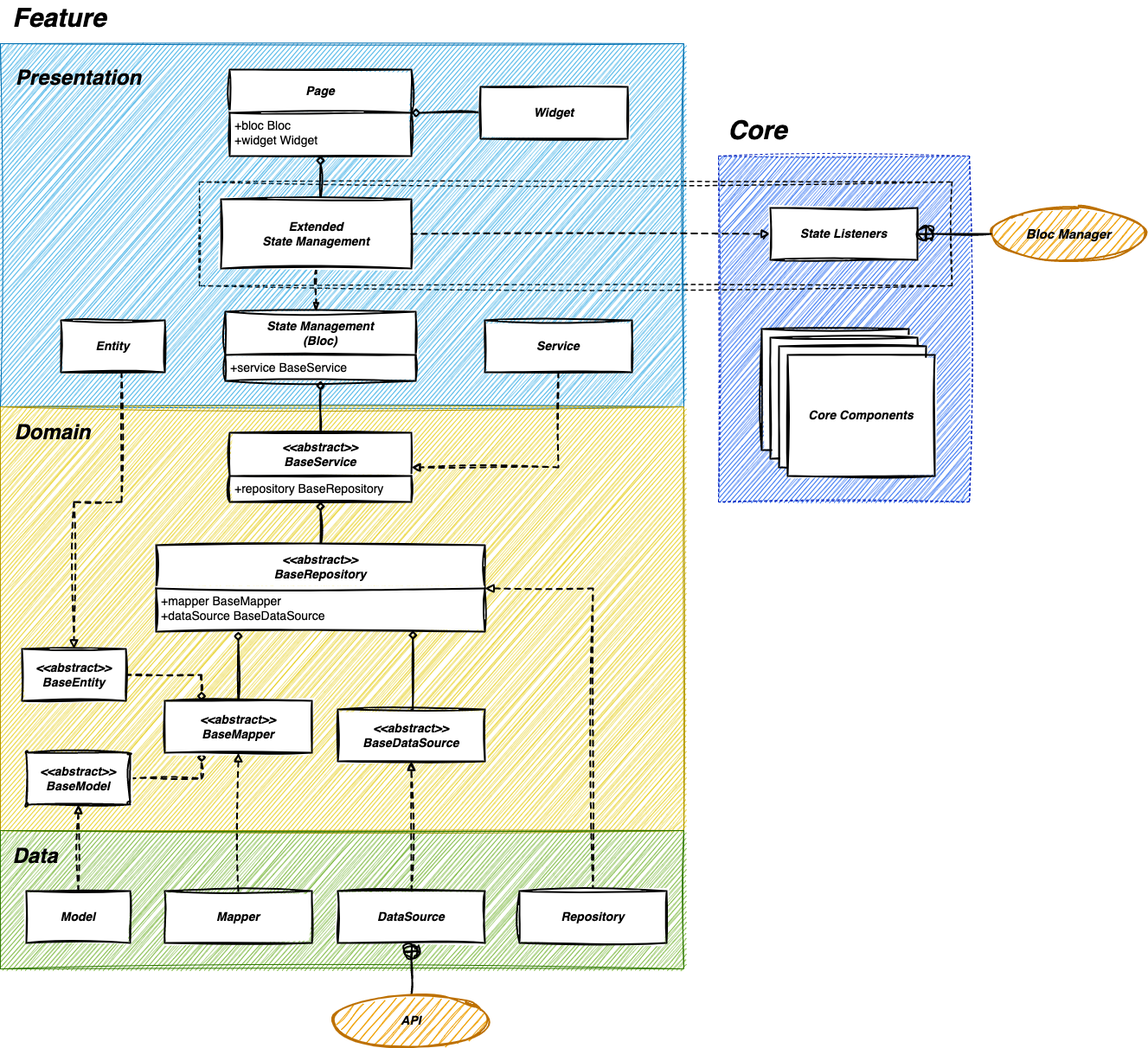
hamed-rezaee/flutter_component_architecture_poc keeps this draw.io diagram as architecture.drawio.png. Above is the earlier version. Source tidied: cells renumbered, new cells last; positions are measured from the earlier drawing's top-left corner, leaving out a move shared by most shapes.
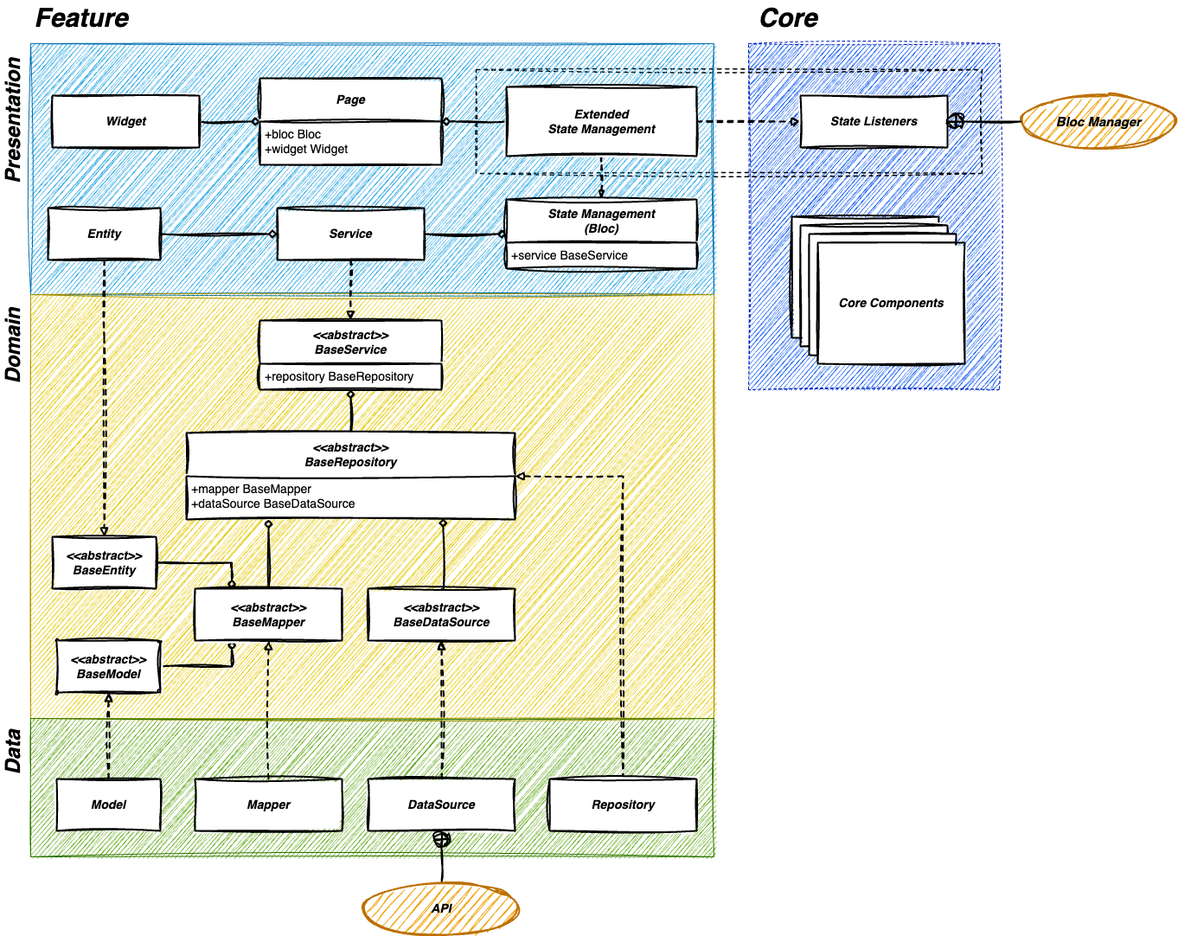
The same diagram one commit later.

What changed in the source:
```diff
@@ -6,10 +6,10 @@
       <mxGeometry x="830" y="180" width="290" height="400" as="geometry" />
     </mxCell>
     <mxCell id="3" style="rounded=0;whiteSpace=wrap;html=1;dashed=1;shadow=0;glass=0;fillColor=none;sketch=1;curveFitting=1;jiggle=2;strokeWidth=1.5;perimeterSpacing=1;strokeColor=#000000;" parent="1" vertex="1">
-      <mxGeometry x="230" y="210" width="870" height="120" as="geometry" />
+      <mxGeometry x="515" y="210" width="585" height="120" as="geometry" />
     </mxCell>
     <mxCell id="4" style="rounded=0;whiteSpace=wrap;html=1;fillColor=#1ba1e2;strokeColor=#006EAF;sketch=1;curveFitting=1;jiggle=2;fontColor=#ffffff;" parent="1" vertex="1">
-      <mxGeometry y="50" width="790" height="420" as="geometry" />
+      <mxGeometry y="180" width="790" height="290" as="geometry" />
     </mxCell>
     <mxCell id="5" style="rounded=0;whiteSpace=wrap;html=1;fillColor=#e3c800;strokeColor=#B09500;sketch=1;curveFitting=1;jiggle=2;fontColor=#000000;" parent="1" vertex="1">
       <mxGeometry y="470" width="790" height="490" as="geometry" />
@@ -17,13 +17,13 @@
     <mxCell id="6" style="rounded=0;whiteSpace=wrap;html=1;fillColor=#60a917;strokeColor=#2D7600;sketch=1;curveFitting=1;jiggle=2;fontColor=#ffffff;" parent="1" vertex="1">
       <mxGeometry y="960" width="790" height="160" as="geometry" />
     </mxCell>
-    <mxCell id="7" style="edgeStyle=orthogonalEdgeStyle;jettySize=auto;html=1;exitX=1;exitY=0.5;exitDx=0;exitDy=0;entryX=0.25;entryY=1;entryDx=0;entryDy=0;endArrow=diamond;endFill=0;sketch=1;curveFitting=1;jiggle=2;dashed=1;strokeWidth=2;rounded=0;" parent="1" edge="1" source="8" target="12">
+    <mxCell id="7" style="edgeStyle=orthogonalEdgeStyle;jettySize=auto;html=1;exitX=1;exitY=0.5;exitDx=0;exitDy=0;entryX=0.25;entryY=1;entryDx=0;entryDy=0;endArrow=diamond;endFill=0;sketch=1;curveFitting=1;jiggle=2;strokeWidth=2;rounded=0;" parent="1" edge="1" source="8" target="12">
       <mxGeometry relative="1" as="geometry" />
     </mxCell>
     <mxCell id="8" value="&lt;b style=&quot;border-color: var(--border-color);&quot;&gt;&lt;i style=&quot;border-color: var(--border-color);&quot;&gt;&amp;lt;&amp;lt;abstract&amp;gt;&amp;gt;&lt;br&gt;&lt;/i&gt;&lt;/b&gt;&lt;b&gt;&lt;i&gt;&lt;font style=&quot;font-size: 14px;&quot;&gt;BaseModel&lt;/font&gt;&lt;/i&gt;&lt;/b&gt;" style="rounded=1;whiteSpace=wrap;html=1;sketch=1;curveFitting=1;jiggle=2;fontSize=14;fontStyle=0;startSize=50;strokeWidth=2;shadow=0;dashed=0;arcSize=4;" parent="1" vertex="1">
       <mxGeometry x="30" y="870" width="120" height="60" as="geometry" />
     </mxCell>
-    <mxCell id="9" style="edgeStyle=orthogonalEdgeStyle;rounded=0;jettySize=auto;html=1;exitX=1;exitY=0.5;exitDx=0;exitDy=0;entryX=0.25;entryY=0;entryDx=0;entryDy=0;endArrow=diamond;endFill=0;sketch=1;curveFitting=1;jiggle=2;dashed=1;strokeWidth=2;" parent="1" edge="1" source="10" target="12">
+    <mxCell id="9" style="edgeStyle=orthogonalEdgeStyle;rounded=0;jettySize=auto;html=1;exitX=1;exitY=0.5;exitDx=0;exitDy=0;entryX=0.25;entryY=0;entryDx=0;entryDy=0;endArrow=diamond;endFill=0;sketch=1;curveFitting=1;jiggle=2;strokeWidth=2;" parent="1" edge="1" source="10" target="12">
       <mxGeometry relative="1" as="geometry" />
     </mxCell>
     <mxCell id="10" value="&lt;b style=&quot;border-color: var(--border-color);&quot;&gt;&lt;i style=&quot;border-color: var(--border-color);&quot;&gt;&amp;lt;&amp;lt;abstract&amp;gt;&amp;gt;&lt;br&gt;&lt;/i&gt;&lt;/b&gt;&lt;b&gt;&lt;i&gt;&lt;font style=&quot;font-size: 14px;&quot;&gt;BaseEntity&lt;/font&gt;&lt;/i&gt;&lt;/b&gt;" style="rounded=0;whiteSpace=wrap;html=1;sketch=1;curveFitting=1;jiggle=2;fontSize=14;fontStyle=0;startSize=50;strokeWidth=2;shadow=0;dashed=0;arcSize=4;" parent="1" vertex="1">
@@ -54,7 +54,7 @@
       </mxGeometry>
     </mxCell>
     <mxCell id="16" value="&lt;b&gt;&lt;i&gt;&lt;font style=&quot;font-size: 14px;&quot;&gt;&amp;lt;&amp;lt;abstract&amp;gt;&amp;gt;&lt;br&gt;BaseDataSource&lt;br&gt;&lt;/font&gt;&lt;/i&gt;&lt;/b&gt;" style="rounded=0;whiteSpace=wrap;html=1;sketch=1;curveFitting=1;jiggle=2;fontSize=14;fontStyle=0;startSize=50;strokeWidth=2;shadow=0;dashed=0;arcSize=4;" parent="1" vertex="1">
-      <mxGeometry x="390" y="820" width="170" height="60" as="geometry" />
+      <mxGeometry x="390" y="810" width="170" height="60" as="geometry" />
     </mxCell>
     <mxCell id="17" style="edgeStyle=orthogonalEdgeStyle;rounded=0;jettySize=auto;html=1;endArrow=block;endFill=0;sketch=1;curveFitting=1;jiggle=2;dashed=1;strokeWidth=2;" parent="1" edge="1" source="18" target="16">
       <mxGeometry relative="1" as="geometry" />
@@ -76,9 +76,6 @@
     <mxCell id="21" value="&lt;font style=&quot;font-size: 14px;&quot;&gt;+mapper BaseMapper&lt;br&gt;+dataSource BaseDataSource&lt;/font&gt;" style="align=left;strokeColor=none;fillColor=none;spacingLeft=4;fontSize=12;verticalAlign=top;html=1;sketch=1;curveFitting=1;jiggle=2;fontColor=default;labelBackgroundColor=none;" parent="20" vertex="1">
       <mxGeometry y="50" width="380" height="50" as="geometry" />
     </mxCell>
-    <mxCell id="22" style="edgeStyle=orthogonalEdgeStyle;rounded=0;jettySize=auto;html=1;endArrow=diamond;endFill=0;sketch=1;curveFitting=1;jiggle=2;strokeWidth=2;" parent="1" edge="1" source="23" target="30">
-      <mxGeometry relative="1" as="geometry" />
-    </mxCell>
     <mxCell id="23" value="&lt;b style=&quot;border-color: var(--border-color); font-size: 12px;&quot;&gt;&lt;i style=&quot;border-color: var(--border-color);&quot;&gt;&lt;font style=&quot;border-color: var(--border-color); font-size: 14px;&quot;&gt;&amp;lt;&amp;lt;abstract&amp;gt;&amp;gt;&lt;br style=&quot;border-color: var(--border-color);&quot;&gt;BaseService&lt;/font&gt;&lt;/i&gt;&lt;/b&gt;" style="swimlane;horizontal=1;startSize=50;rounded=0;fontSize=14;fontStyle=0;strokeWidth=2;shadow=0;dashed=0;align=center;arcSize=4;whiteSpace=wrap;html=1;sketch=1;curveFitting=1;jiggle=2;swimlaneFillColor=default;" parent="1" vertex="1">
       <mxGeometry x="265" y="500" width="210" height="80" as="geometry" />
     </mxCell>
@@ -91,38 +88,41 @@
     <mxCell id="26" value="&lt;b&gt;&lt;i&gt;&lt;font style=&quot;font-size: 14px;&quot;&gt;Repository&lt;br&gt;&lt;/font&gt;&lt;/i&gt;&lt;/b&gt;" style="rounded=0;whiteSpace=wrap;html=1;sketch=1;curveFitting=1;jiggle=2;fontSize=14;fontStyle=0;startSize=50;strokeWidth=2;shadow=0;dashed=0;arcSize=4;" parent="1" vertex="1">
       <mxGeometry x="600" y="1030" width="170" height="60" as="geometry" />
     </mxCell>
-    <mxCell id="27" style="edgeStyle=orthogonalEdgeStyle;rounded=0;jettySize=auto;html=1;entryX=1;entryY=0.5;entryDx=0;entryDy=0;endArrow=block;endFill=0;exitX=0.5;exitY=1;exitDx=0;exitDy=0;sketch=1;curveFitting=1;jiggle=2;dashed=1;strokeWidth=2;" parent="1" edge="1" source="28" target="23">
+    <mxCell id="27" style="edgeStyle=orthogonalEdgeStyle;rounded=0;jettySize=auto;html=1;exitX=0.5;exitY=1;exitDx=0;exitDy=0;entryX=0.5;entryY=0;entryDx=0;entryDy=0;endArrow=block;endFill=0;sketch=1;curveFitting=1;jiggle=2;dashed=1;strokeWidth=2;" parent="1" edge="1" source="28" target="23">
       <mxGeometry relative="1" as="geometry" />
     </mxCell>
+    <mxCell id="57" style="edgeStyle=orthogonalEdgeStyle;rounded=0;jettySize=auto;html=1;exitX=1;exitY=0.5;exitDx=0;exitDy=0;entryX=0;entryY=0.5;entryDx=0;entryDy=0;endArrow=diamond;endFill=0;sketch=1;curveFitting=1;jiggle=2;strokeWidth=2;" parent="1" edge="1" source="28" target="29">
+      <mxGeometry relative="1" as="geometry" />
+    </mxCell>
     <mxCell id="28" value="&lt;b&gt;&lt;i&gt;&lt;font style=&quot;font-size: 14px;&quot;&gt;Service&lt;br&gt;&lt;/font&gt;&lt;/i&gt;&lt;/b&gt;" style="rounded=0;whiteSpace=wrap;html=1;sketch=1;curveFitting=1;jiggle=2;fontSize=14;fontStyle=0;startSize=50;strokeWidth=2;shadow=0;dashed=0;arcSize=4;" parent="1" vertex="1">
-      <mxGeometry x="560" y="370" width="170" height="60" as="geometry" />
+      <mxGeometry x="285" y="370" width="170" height="60" as="geometry" />
     </mxCell>
     <mxCell id="29" value="&lt;b&gt;&lt;i&gt;State&amp;nbsp;Management&lt;br&gt;(Bloc)&lt;br&gt;&lt;/i&gt;&lt;/b&gt;" style="swimlane;horizontal=1;startSize=50;rounded=0;fontSize=14;fontStyle=0;strokeWidth=2;shadow=0;dashed=0;align=center;arcSize=4;whiteSpace=wrap;html=1;sketch=1;curveFitting=1;jiggle=2;swimlaneFillColor=default;labelBorderColor=none;fillColor=default;" parent="1" vertex="1">
-      <mxGeometry x="260" y="360" width="220" height="80" as="geometry" />
+      <mxGeometry x="550" y="360" width="220" height="80" as="geometry" />
     </mxCell>
     <mxCell id="30" value="&lt;font style=&quot;font-size: 14px;&quot;&gt;+service BaseService&lt;/font&gt;" style="align=left;strokeColor=none;fillColor=none;spacingLeft=4;fontSize=12;verticalAlign=top;html=1;sketch=1;curveFitting=1;jiggle=2;" parent="29" vertex="1">
       <mxGeometry y="50" width="220" height="30" as="geometry" />
     </mxCell>
-    <mxCell id="31" style="edgeStyle=orthogonalEdgeStyle;rounded=0;jettySize=auto;html=1;entryX=1;entryY=0.5;entryDx=0;entryDy=0;endArrow=diamond;endFill=0;sketch=1;curveFitting=1;jiggle=2;strokeWidth=2;" parent="1" edge="1" source="32" target="33">
+    <mxCell id="31" style="edgeStyle=orthogonalEdgeStyle;rounded=0;jettySize=auto;html=1;exitX=1;exitY=0.5;exitDx=0;exitDy=0;entryX=0;entryY=0.5;entryDx=0;entryDy=0;endArrow=diamond;endFill=0;sketch=1;curveFitting=1;jiggle=2;strokeWidth=2;" parent="1" edge="1" source="32" target="33">
       <mxGeometry relative="1" as="geometry" />
     </mxCell>
     <mxCell id="32" value="&lt;b&gt;&lt;i&gt;&lt;font style=&quot;font-size: 14px;&quot;&gt;Widget&lt;br&gt;&lt;/font&gt;&lt;/i&gt;&lt;/b&gt;" style="rounded=0;whiteSpace=wrap;html=1;sketch=1;curveFitting=1;jiggle=2;fontSize=14;fontStyle=0;startSize=50;strokeWidth=2;shadow=0;dashed=0;arcSize=4;" parent="1" vertex="1">
-      <mxGeometry x="555" y="100" width="170" height="60" as="geometry" />
+      <mxGeometry x="25" y="240" width="170" height="60" as="geometry" />
     </mxCell>
     <mxCell id="33" value="&lt;b&gt;&lt;i&gt;Page&lt;/i&gt;&lt;/b&gt;" style="swimlane;horizontal=1;startSize=50;rounded=0;fontSize=14;fontStyle=0;strokeWidth=2;shadow=0;dashed=0;align=center;arcSize=4;whiteSpace=wrap;html=1;sketch=1;curveFitting=1;jiggle=2;swimlaneFillColor=default;" parent="1" vertex="1">
-      <mxGeometry x="265" y="80" width="210" height="100" as="geometry" />
+      <mxGeometry x="265" y="220" width="210" height="100" as="geometry" />
     </mxCell>
     <mxCell id="34" value="&lt;font style=&quot;font-size: 14px;&quot;&gt;+bloc Bloc&lt;br&gt;+widget Widget&lt;/font&gt;" style="align=left;strokeColor=none;fillColor=none;spacingLeft=4;fontSize=12;verticalAlign=top;html=1;sketch=1;curveFitting=1;jiggle=2;" parent="33" vertex="1">
       <mxGeometry y="50" width="210" height="50" as="geometry" />
     </mxCell>
-    <mxCell id="35" value="Presentation" style="text;strokeColor=none;fillColor=none;html=1;fontSize=24;fontStyle=3;verticalAlign=middle;align=center;sketch=1;curveFitting=1;jiggle=2;" parent="1" vertex="1">
-      <mxGeometry x="10" y="70" width="160" height="40" as="geometry" />
+    <mxCell id="35" value="Presentation" style="text;strokeColor=none;fillColor=none;html=1;fontSize=24;fontStyle=3;verticalAlign=middle;align=center;sketch=1;curveFitting=1;jiggle=2;horizontal=0;" parent="1" vertex="1">
+      <mxGeometry x="-35" y="250" width="30" height="40" as="geometry" />
     </mxCell>
-    <mxCell id="36" value="Domain" style="text;strokeColor=none;fillColor=none;html=1;fontSize=24;fontStyle=3;verticalAlign=middle;align=center;sketch=1;curveFitting=1;jiggle=2;" parent="1" vertex="1">
-      <mxGeometry x="10" y="480" width="100" height="40" as="geometry" />
+    <mxCell id="36" value="Domain" style="text;strokeColor=none;fillColor=none;html=1;fontSize=24;fontStyle=3;verticalAlign=middle;align=center;sketch=1;curveFitting=1;jiggle=2;horizontal=0;" parent="1" vertex="1">
+      <mxGeometry x="-35" y="510" width="30" height="40" as="geometry" />
     </mxCell>
-    <mxCell id="37" value="Data" style="text;strokeColor=none;fillColor=none;html=1;fontSize=24;fontStyle=3;verticalAlign=middle;align=center;sketch=1;curveFitting=1;jiggle=2;" parent="1" vertex="1">
-      <mxGeometry x="10" y="970" width="60" height="40" as="geometry" />
+    <mxCell id="37" value="Data" style="text;strokeColor=none;fillColor=none;html=1;fontSize=24;fontStyle=3;verticalAlign=middle;align=center;sketch=1;curveFitting=1;jiggle=2;horizontal=0;" parent="1" vertex="1">
+      <mxGeometry x="-35" y="980" width="30" height="40" as="geometry" />
     </mxCell>
     <mxCell id="38" style="edgeStyle=orthogonalEdgeStyle;rounded=0;jettySize=auto;html=1;endArrow=circlePlus;endFill=0;sketch=1;curveFitting=1;jiggle=2;strokeWidth=2;" parent="1" edge="1" source="39" target="18">
       <mxGeometry relative="1" as="geometry" />
@@ -130,21 +130,24 @@
     <mxCell id="39" value="&lt;font style=&quot;font-size: 14px;&quot;&gt;&lt;i&gt;API&lt;/i&gt;&lt;/font&gt;" style="ellipse;whiteSpace=wrap;html=1;fontStyle=1;fontSize=12;fillColor=#f0a30a;strokeColor=#BD7000;sketch=1;curveFitting=1;jiggle=2;strokeWidth=2;fontColor=#000000;" parent="1" vertex="1">
       <mxGeometry x="385" y="1150" width="180" height="60" as="geometry" />
     </mxCell>
-    <mxCell id="40" style="edgeStyle=orthogonalEdgeStyle;rounded=0;jettySize=auto;html=1;exitX=0.5;exitY=0;exitDx=0;exitDy=0;entryX=0.5;entryY=1;entryDx=0;entryDy=0;endArrow=diamond;endFill=0;sketch=1;curveFitting=1;jiggle=2;strokeWidth=2;" parent="1" edge="1" target="34">
-      <mxGeometry relative="1" as="geometry">
-        <mxPoint x="370" y="230" as="sourcePoint" />
-      </mxGeometry>
-    </mxCell>
-    <mxCell id="41" style="edgeStyle=orthogonalEdgeStyle;rounded=0;jettySize=auto;html=1;exitX=0.5;exitY=1;exitDx=0;exitDy=0;endArrow=blockThin;endFill=1;sketch=1;curveFitting=1;jiggle=2;dashed=1;strokeWidth=2;" parent="1" edge="1" source="42">
+    <mxCell id="41" style="edgeStyle=orthogonalEdgeStyle;rounded=0;jettySize=auto;html=1;exitX=0.5;exitY=1;exitDx=0;exitDy=0;endArrow=blockThin;endFill=1;sketch=1;curveFitting=1;jiggle=2;dashed=1;strokeWidth=2;entryX=0.5;entryY=0;entryDx=0;entryDy=0;" parent="1" edge="1" source="42" target="29">
       <mxGeometry relative="1" as="geometry">
-        <mxPoint x="365" y="360" as="targetPoint" />
         <Array as="points">
-          <mxPoint x="365" y="360" />
+          <mxPoint x="660" y="320" />
+          <mxPoint x="660" y="320" />
         </Array>
       </mxGeometry>
     </mxCell>
+    <mxCell id="58" style="edgeStyle=orthogonalEdgeStyle;rounded=0;jettySize=auto;html=1;exitX=0;exitY=0.5;exitDx=0;exitDy=0;entryX=1;entryY=0;entryDx=0;entryDy=0;endArrow=diamond;endFill=0;sketch=1;curveFitting=1;jiggle=2;strokeWidth=2;" parent="1" edge="1" source="42" target="34">
+      <mxGeometry relative="1" as="geometry">
+        <Array as="points">
+          <mxPoint x="490" y="270" />
+          <mxPoint x="490" y="270" />
+        </Array>
+      </mxGeometry>
+    </mxCell>
     <mxCell id="42" value="&lt;span&gt;&lt;span&gt;&lt;font style=&quot;&quot;&gt;&lt;b style=&quot;font-size: 14px;&quot;&gt;&lt;i&gt;Extended&lt;br&gt;State&amp;nbsp;&lt;/i&gt;&lt;/b&gt;&lt;b&gt;&lt;i&gt;Management&lt;/i&gt;&lt;/b&gt;&lt;br&gt;&lt;/font&gt;&lt;/span&gt;&lt;/span&gt;" style="rounded=0;whiteSpace=wrap;html=1;fontStyle=0;sketch=1;curveFitting=1;jiggle=2;fontSize=14;startSize=50;strokeWidth=2;shadow=0;dashed=0;arcSize=4;" parent="1" vertex="1">
-      <mxGeometry x="255" y="230" width="220" height="80" as="geometry" />
+      <mxGeometry x="550" y="230" width="220" height="80" as="geometry" />
     </mxCell>
     <mxCell id="43" value="&lt;font style=&quot;font-size: 15px;&quot;&gt;&lt;i&gt;Bloc Manager&lt;/i&gt;&lt;/font&gt;" style="ellipse;whiteSpace=wrap;html=1;fontStyle=1;fontSize=12;fillColor=#f0a30a;strokeColor=#BD7000;sketch=1;curveFitting=1;jiggle=2;strokeWidth=2;fontColor=#000000;" parent="1" vertex="1">
       <mxGeometry x="1145" y="240" width="180" height="60" as="geometry" />
@@ -167,14 +170,16 @@
     <mxCell id="49" style="edgeStyle=orthogonalEdgeStyle;rounded=0;jettySize=auto;html=1;exitX=0.5;exitY=1;exitDx=0;exitDy=0;entryX=0.5;entryY=0;entryDx=0;entryDy=0;endArrow=block;endFill=0;sketch=1;curveFitting=1;jiggle=2;dashed=1;strokeWidth=2;" parent="1" edge="1" source="50" target="10">
       <mxGeometry relative="1" as="geometry">
         <Array as="points">
-          <mxPoint x="140" y="430" />
-          <mxPoint x="140" y="580" />
-          <mxPoint x="85" y="580" />
+          <mxPoint x="85" y="520" />
+          <mxPoint x="85" y="520" />
         </Array>
       </mxGeometry>
     </mxCell>
+    <mxCell id="59" style="edgeStyle=orthogonalEdgeStyle;rounded=0;jettySize=auto;html=1;exitX=1;exitY=0.5;exitDx=0;exitDy=0;entryX=0;entryY=0.5;entryDx=0;entryDy=0;endArrow=diamond;endFill=0;sketch=1;curveFitting=1;jiggle=2;strokeWidth=2;" parent="1" edge="1" source="50" target="28">
+      <mxGeometry relative="1" as="geometry" />
+    </mxCell>
     <mxCell id="50" value="&lt;b&gt;&lt;i&gt;&lt;font style=&quot;font-size: 14px;&quot;&gt;Entity&lt;br&gt;&lt;/font&gt;&lt;/i&gt;&lt;/b&gt;" style="rounded=0;whiteSpace=wrap;html=1;sketch=1;curveFitting=1;jiggle=2;fontSize=14;fontStyle=0;startSize=50;strokeWidth=2;shadow=0;dashed=0;arcSize=4;" parent="1" vertex="1">
-      <mxGeometry x="70" y="370" width="120" height="60" as="geometry" />
+      <mxGeometry x="20" y="370" width="130" height="60" as="geometry" />
     </mxCell>
     <mxCell id="51" value="&lt;font style=&quot;font-size: 30px;&quot;&gt;Core&lt;/font&gt;" style="text;strokeColor=none;fillColor=none;html=1;fontSize=24;fontStyle=3;verticalAlign=middle;align=center;sketch=1;curveFitting=1;jiggle=2;" parent="1" vertex="1">
       <mxGeometry x="840" y="130" width="70" height="40" as="geometry" />
@@ -192,7 +197,7 @@
       <mxGeometry x="910" y="410" width="170" height="140" as="geometry" />
     </mxCell>
     <mxCell id="56" value="&lt;font style=&quot;font-size: 30px;&quot;&gt;Feature&lt;/font&gt;" style="text;strokeColor=none;fillColor=none;html=1;fontSize=24;fontStyle=3;verticalAlign=middle;align=center;sketch=1;curveFitting=1;jiggle=2;" parent="1" vertex="1">
-      <mxGeometry x="10" width="115" height="40" as="geometry" />
+      <mxGeometry y="130" width="115" height="40" as="geometry" />
     </mxCell>
   </root>
 </mxGraphModel>
```
